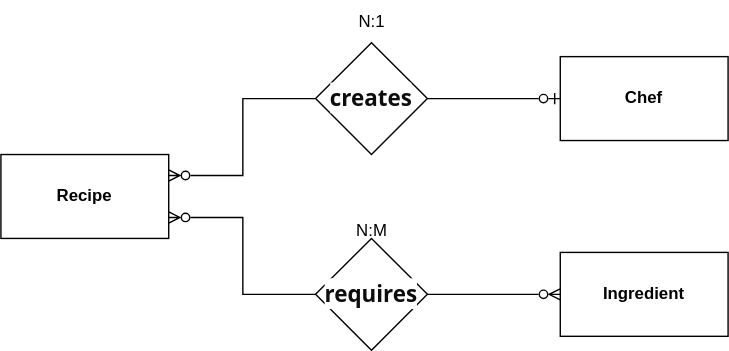
This is Database design.svg from TarekElshami/DelantalDeEstrellas, a draw.io export, as it was before one commit. Source tidied: cells renumbered, new cells last; positions are measured from the earlier drawing's top-left corner, leaving out a move shared by most shapes. The source it was exported from:
```xml
<mxGraphModel>
  <root>
    <mxCell id="0" />
    <mxCell id="1" parent="0" />
    <mxCell id="2" value="&lt;b&gt;Recipe&lt;/b&gt;" style="rounded=0;whiteSpace=wrap;html=1;" parent="1" vertex="1">
      <mxGeometry y="110" width="120" height="60" as="geometry" />
    </mxCell>
    <mxCell id="3" value="&lt;b&gt;Chef&lt;/b&gt;" style="rounded=0;whiteSpace=wrap;html=1;" parent="1" vertex="1">
      <mxGeometry x="400" y="40" width="120" height="60" as="geometry" />
    </mxCell>
    <mxCell id="4" value="&lt;b&gt;Ingredient&lt;/b&gt;" style="rounded=0;whiteSpace=wrap;html=1;" parent="1" vertex="1">
      <mxGeometry x="400" y="180" width="120" height="60" as="geometry" />
    </mxCell>
    <mxCell id="5" style="edgeStyle=elbowEdgeStyle;rounded=0;jettySize=auto;html=1;entryX=1;entryY=0.25;entryDx=0;entryDy=0;endArrow=ERzeroToMany;endFill=0;" parent="1" edge="1" source="7" target="2">
      <mxGeometry relative="1" as="geometry" />
    </mxCell>
    <mxCell id="6" style="edgeStyle=elbowEdgeStyle;rounded=0;jettySize=auto;html=1;endArrow=ERzeroToOne;endFill=0;" parent="1" edge="1" source="7" target="3">
      <mxGeometry relative="1" as="geometry" />
    </mxCell>
    <mxCell id="7" value="&lt;span style=&quot;border: 0px solid rgb(227, 227, 227); box-sizing: border-box; --tw-border-spacing-x: 0; --tw-border-spacing-y: 0; --tw-translate-x: 0; --tw-translate-y: 0; --tw-rotate: 0; --tw-skew-x: 0; --tw-skew-y: 0; --tw-scale-x: 1; --tw-scale-y: 1; --tw-pan-x: ; --tw-pan-y: ; --tw-pinch-zoom: ; --tw-scroll-snap-strictness: proximity; --tw-gradient-from-position: ; --tw-gradient-via-position: ; --tw-gradient-to-position: ; --tw-ordinal: ; --tw-slashed-zero: ; --tw-numeric-figure: ; --tw-numeric-spacing: ; --tw-numeric-fraction: ; --tw-ring-inset: ; --tw-ring-offset-width: 0px; --tw-ring-offset-color: #fff; --tw-ring-color: rgba(69,89,164,.5); --tw-ring-offset-shadow: 0 0 transparent; --tw-ring-shadow: 0 0 transparent; --tw-shadow: 0 0 transparent; --tw-shadow-colored: 0 0 transparent; --tw-blur: ; --tw-brightness: ; --tw-contrast: ; --tw-grayscale: ; --tw-hue-rotate: ; --tw-invert: ; --tw-saturate: ; --tw-sepia: ; --tw-drop-shadow: ; --tw-backdrop-blur: ; --tw-backdrop-brightness: ; --tw-backdrop-contrast: ; --tw-backdrop-grayscale: ; --tw-backdrop-hue-rotate: ; --tw-backdrop-invert: ; --tw-backdrop-opacity: ; --tw-backdrop-saturate: ; --tw-backdrop-sepia: ; --tw-contain-size: ; --tw-contain-layout: ; --tw-contain-paint: ; --tw-contain-style: ; font-weight: 600; color: rgb(13, 13, 13); font-family: Söhne, ui-sans-serif, system-ui, -apple-system, &amp;quot;Segoe UI&amp;quot;, Roboto, Ubuntu, Cantarell, &amp;quot;Noto Sans&amp;quot;, sans-serif, &amp;quot;Helvetica Neue&amp;quot;, Arial, &amp;quot;Apple Color Emoji&amp;quot;, &amp;quot;Segoe UI Emoji&amp;quot;, &amp;quot;Segoe UI Symbol&amp;quot;, &amp;quot;Noto Color Emoji&amp;quot;; font-size: 16px; text-align: left; white-space-collapse: preserve; background-color: rgb(255, 255, 255);&quot;&gt;creates&lt;/span&gt;" style="rhombus;whiteSpace=wrap;html=1;" parent="1" vertex="1">
      <mxGeometry x="225" y="30" width="80" height="80" as="geometry" />
    </mxCell>
    <mxCell id="8" style="edgeStyle=elbowEdgeStyle;rounded=0;jettySize=auto;html=1;entryX=1;entryY=0.75;entryDx=0;entryDy=0;endArrow=ERzeroToMany;endFill=0;" parent="1" edge="1" source="10" target="2">
      <mxGeometry relative="1" as="geometry" />
    </mxCell>
    <mxCell id="9" style="edgeStyle=elbowEdgeStyle;rounded=0;jettySize=auto;html=1;entryX=0;entryY=0.5;entryDx=0;entryDy=0;startArrow=none;startFill=0;endArrow=ERzeroToMany;endFill=0;" parent="1" edge="1" source="10" target="4">
      <mxGeometry relative="1" as="geometry" />
    </mxCell>
    <mxCell id="10" value="&lt;span style=&quot;border: 0px solid rgb(227, 227, 227); box-sizing: border-box; --tw-border-spacing-x: 0; --tw-border-spacing-y: 0; --tw-translate-x: 0; --tw-translate-y: 0; --tw-rotate: 0; --tw-skew-x: 0; --tw-skew-y: 0; --tw-scale-x: 1; --tw-scale-y: 1; --tw-pan-x: ; --tw-pan-y: ; --tw-pinch-zoom: ; --tw-scroll-snap-strictness: proximity; --tw-gradient-from-position: ; --tw-gradient-via-position: ; --tw-gradient-to-position: ; --tw-ordinal: ; --tw-slashed-zero: ; --tw-numeric-figure: ; --tw-numeric-spacing: ; --tw-numeric-fraction: ; --tw-ring-inset: ; --tw-ring-offset-width: 0px; --tw-ring-offset-color: #fff; --tw-ring-color: rgba(69,89,164,.5); --tw-ring-offset-shadow: 0 0 transparent; --tw-ring-shadow: 0 0 transparent; --tw-shadow: 0 0 transparent; --tw-shadow-colored: 0 0 transparent; --tw-blur: ; --tw-brightness: ; --tw-contrast: ; --tw-grayscale: ; --tw-hue-rotate: ; --tw-invert: ; --tw-saturate: ; --tw-sepia: ; --tw-drop-shadow: ; --tw-backdrop-blur: ; --tw-backdrop-brightness: ; --tw-backdrop-contrast: ; --tw-backdrop-grayscale: ; --tw-backdrop-hue-rotate: ; --tw-backdrop-invert: ; --tw-backdrop-opacity: ; --tw-backdrop-saturate: ; --tw-backdrop-sepia: ; --tw-contain-size: ; --tw-contain-layout: ; --tw-contain-paint: ; --tw-contain-style: ; font-weight: 600; color: rgb(13, 13, 13); font-family: Söhne, ui-sans-serif, system-ui, -apple-system, &amp;quot;Segoe UI&amp;quot;, Roboto, Ubuntu, Cantarell, &amp;quot;Noto Sans&amp;quot;, sans-serif, &amp;quot;Helvetica Neue&amp;quot;, Arial, &amp;quot;Apple Color Emoji&amp;quot;, &amp;quot;Segoe UI Emoji&amp;quot;, &amp;quot;Segoe UI Symbol&amp;quot;, &amp;quot;Noto Color Emoji&amp;quot;; font-size: 16px; text-align: left; white-space-collapse: preserve; background-color: rgb(255, 255, 255);&quot;&gt;requires&lt;/span&gt;" style="rhombus;whiteSpace=wrap;html=1;" parent="1" vertex="1">
      <mxGeometry x="225" y="170" width="80" height="80" as="geometry" />
    </mxCell>
    <mxCell id="11" value="N:M" style="text;html=1;align=center;verticalAlign=middle;strokeColor=none;fillColor=none;" parent="1" vertex="1">
      <mxGeometry x="240" y="150" width="50" height="30" as="geometry" />
    </mxCell>
    <mxCell id="12" value="N:1" style="text;html=1;align=center;verticalAlign=middle;strokeColor=none;fillColor=none;" parent="1" vertex="1">
      <mxGeometry x="245" width="40" height="30" as="geometry" />
    </mxCell>
  </root>
</mxGraphModel>
```
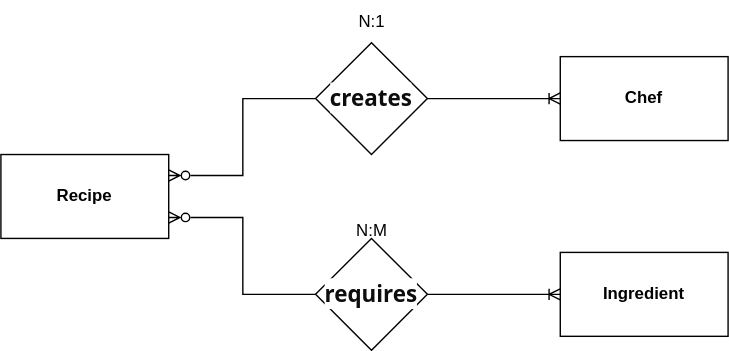
Later version of the same file.

Change to the diagram source:
```diff
@@ -14,7 +14,7 @@
     <mxCell id="5" style="edgeStyle=elbowEdgeStyle;rounded=0;jettySize=auto;html=1;entryX=1;entryY=0.25;entryDx=0;entryDy=0;endArrow=ERzeroToMany;endFill=0;" parent="1" edge="1" source="7" target="2">
       <mxGeometry relative="1" as="geometry" />
     </mxCell>
-    <mxCell id="6" style="edgeStyle=elbowEdgeStyle;rounded=0;jettySize=auto;html=1;endArrow=ERzeroToOne;endFill=0;" parent="1" edge="1" source="7" target="3">
+    <mxCell id="6" style="edgeStyle=elbowEdgeStyle;rounded=0;jettySize=auto;html=1;endArrow=ERoneToMany;endFill=0;" parent="1" edge="1" source="7" target="3">
       <mxGeometry relative="1" as="geometry" />
     </mxCell>
     <mxCell id="7" value="&lt;span style=&quot;border: 0px solid rgb(227, 227, 227); box-sizing: border-box; --tw-border-spacing-x: 0; --tw-border-spacing-y: 0; --tw-translate-x: 0; --tw-translate-y: 0; --tw-rotate: 0; --tw-skew-x: 0; --tw-skew-y: 0; --tw-scale-x: 1; --tw-scale-y: 1; --tw-pan-x: ; --tw-pan-y: ; --tw-pinch-zoom: ; --tw-scroll-snap-strictness: proximity; --tw-gradient-from-position: ; --tw-gradient-via-position: ; --tw-gradient-to-position: ; --tw-ordinal: ; --tw-slashed-zero: ; --tw-numeric-figure: ; --tw-numeric-spacing: ; --tw-numeric-fraction: ; --tw-ring-inset: ; --tw-ring-offset-width: 0px; --tw-ring-offset-color: #fff; --tw-ring-color: rgba(69,89,164,.5); --tw-ring-offset-shadow: 0 0 transparent; --tw-ring-shadow: 0 0 transparent; --tw-shadow: 0 0 transparent; --tw-shadow-colored: 0 0 transparent; --tw-blur: ; --tw-brightness: ; --tw-contrast: ; --tw-grayscale: ; --tw-hue-rotate: ; --tw-invert: ; --tw-saturate: ; --tw-sepia: ; --tw-drop-shadow: ; --tw-backdrop-blur: ; --tw-backdrop-brightness: ; --tw-backdrop-contrast: ; --tw-backdrop-grayscale: ; --tw-backdrop-hue-rotate: ; --tw-backdrop-invert: ; --tw-backdrop-opacity: ; --tw-backdrop-saturate: ; --tw-backdrop-sepia: ; --tw-contain-size: ; --tw-contain-layout: ; --tw-contain-paint: ; --tw-contain-style: ; font-weight: 600; color: rgb(13, 13, 13); font-family: Söhne, ui-sans-serif, system-ui, -apple-system, &amp;quot;Segoe UI&amp;quot;, Roboto, Ubuntu, Cantarell, &amp;quot;Noto Sans&amp;quot;, sans-serif, &amp;quot;Helvetica Neue&amp;quot;, Arial, &amp;quot;Apple Color Emoji&amp;quot;, &amp;quot;Segoe UI Emoji&amp;quot;, &amp;quot;Segoe UI Symbol&amp;quot;, &amp;quot;Noto Color Emoji&amp;quot;; font-size: 16px; text-align: left; white-space-collapse: preserve; background-color: rgb(255, 255, 255);&quot;&gt;creates&lt;/span&gt;" style="rhombus;whiteSpace=wrap;html=1;" parent="1" vertex="1">
@@ -23,7 +23,7 @@
     <mxCell id="8" style="edgeStyle=elbowEdgeStyle;rounded=0;jettySize=auto;html=1;entryX=1;entryY=0.75;entryDx=0;entryDy=0;endArrow=ERzeroToMany;endFill=0;" parent="1" edge="1" source="10" target="2">
       <mxGeometry relative="1" as="geometry" />
     </mxCell>
-    <mxCell id="9" style="edgeStyle=elbowEdgeStyle;rounded=0;jettySize=auto;html=1;entryX=0;entryY=0.5;entryDx=0;entryDy=0;startArrow=none;startFill=0;endArrow=ERzeroToMany;endFill=0;" parent="1" edge="1" source="10" target="4">
+    <mxCell id="9" style="edgeStyle=elbowEdgeStyle;rounded=0;jettySize=auto;html=1;entryX=0;entryY=0.5;entryDx=0;entryDy=0;startArrow=none;startFill=0;endArrow=ERoneToMany;endFill=0;" parent="1" edge="1" source="10" target="4">
       <mxGeometry relative="1" as="geometry" />
     </mxCell>
     <mxCell id="10" value="&lt;span style=&quot;border: 0px solid rgb(227, 227, 227); box-sizing: border-box; --tw-border-spacing-x: 0; --tw-border-spacing-y: 0; --tw-translate-x: 0; --tw-translate-y: 0; --tw-rotate: 0; --tw-skew-x: 0; --tw-skew-y: 0; --tw-scale-x: 1; --tw-scale-y: 1; --tw-pan-x: ; --tw-pan-y: ; --tw-pinch-zoom: ; --tw-scroll-snap-strictness: proximity; --tw-gradient-from-position: ; --tw-gradient-via-position: ; --tw-gradient-to-position: ; --tw-ordinal: ; --tw-slashed-zero: ; --tw-numeric-figure: ; --tw-numeric-spacing: ; --tw-numeric-fraction: ; --tw-ring-inset: ; --tw-ring-offset-width: 0px; --tw-ring-offset-color: #fff; --tw-ring-color: rgba(69,89,164,.5); --tw-ring-offset-shadow: 0 0 transparent; --tw-ring-shadow: 0 0 transparent; --tw-shadow: 0 0 transparent; --tw-shadow-colored: 0 0 transparent; --tw-blur: ; --tw-brightness: ; --tw-contrast: ; --tw-grayscale: ; --tw-hue-rotate: ; --tw-invert: ; --tw-saturate: ; --tw-sepia: ; --tw-drop-shadow: ; --tw-backdrop-blur: ; --tw-backdrop-brightness: ; --tw-backdrop-contrast: ; --tw-backdrop-grayscale: ; --tw-backdrop-hue-rotate: ; --tw-backdrop-invert: ; --tw-backdrop-opacity: ; --tw-backdrop-saturate: ; --tw-backdrop-sepia: ; --tw-contain-size: ; --tw-contain-layout: ; --tw-contain-paint: ; --tw-contain-style: ; font-weight: 600; color: rgb(13, 13, 13); font-family: Söhne, ui-sans-serif, system-ui, -apple-system, &amp;quot;Segoe UI&amp;quot;, Roboto, Ubuntu, Cantarell, &amp;quot;Noto Sans&amp;quot;, sans-serif, &amp;quot;Helvetica Neue&amp;quot;, Arial, &amp;quot;Apple Color Emoji&amp;quot;, &amp;quot;Segoe UI Emoji&amp;quot;, &amp;quot;Segoe UI Symbol&amp;quot;, &amp;quot;Noto Color Emoji&amp;quot;; font-size: 16px; text-align: left; white-space-collapse: preserve; background-color: rgb(255, 255, 255);&quot;&gt;requires&lt;/span&gt;" style="rhombus;whiteSpace=wrap;html=1;" parent="1" vertex="1">
```
